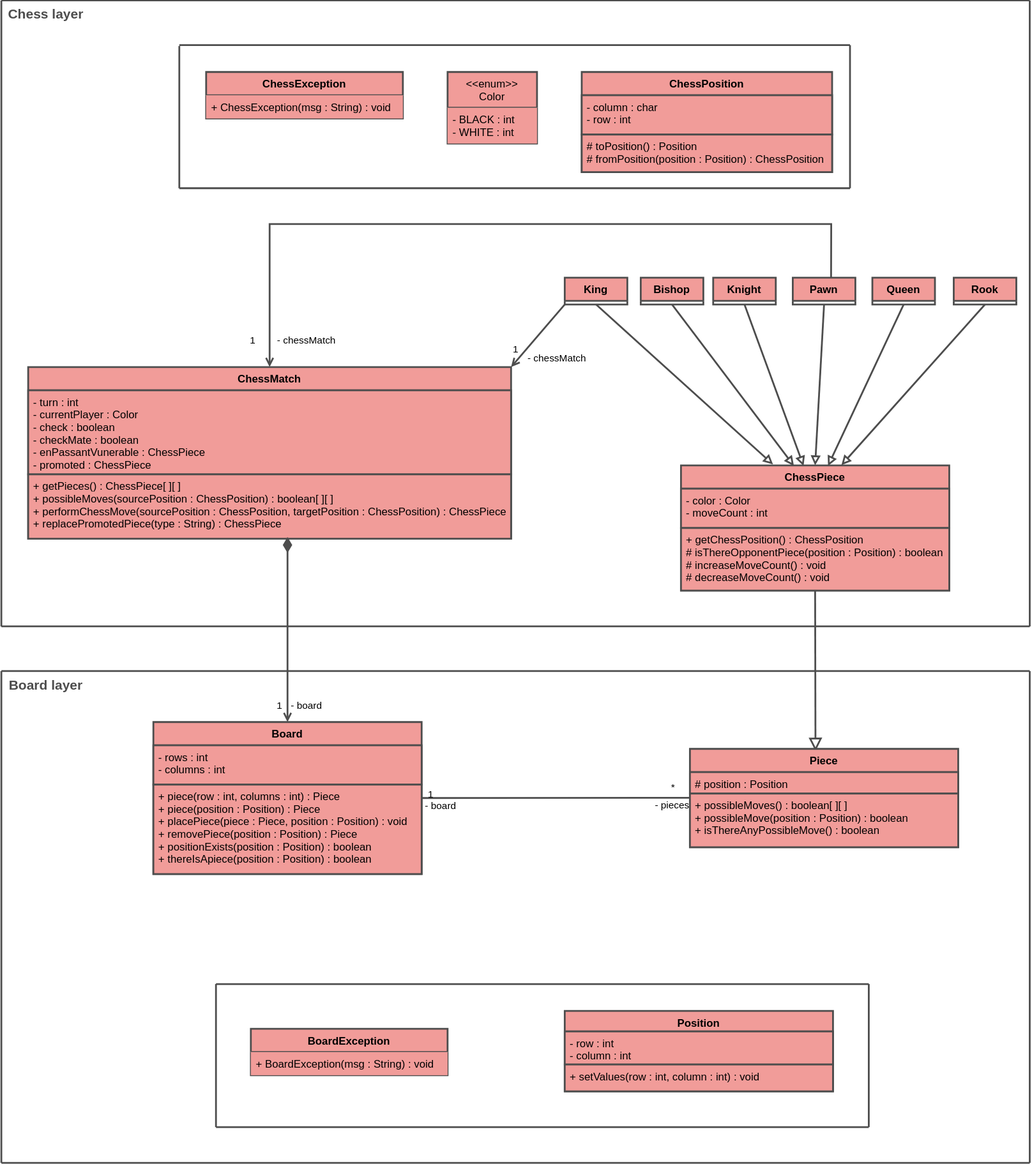
This is assets/diagram.drawio.svg from AleehSophia/chess-game, a draw.io export, as it was before one commit. Source tidied: cells renumbered, new cells last; positions are measured from the earlier drawing's top-left corner, leaving out a move shared by most shapes.
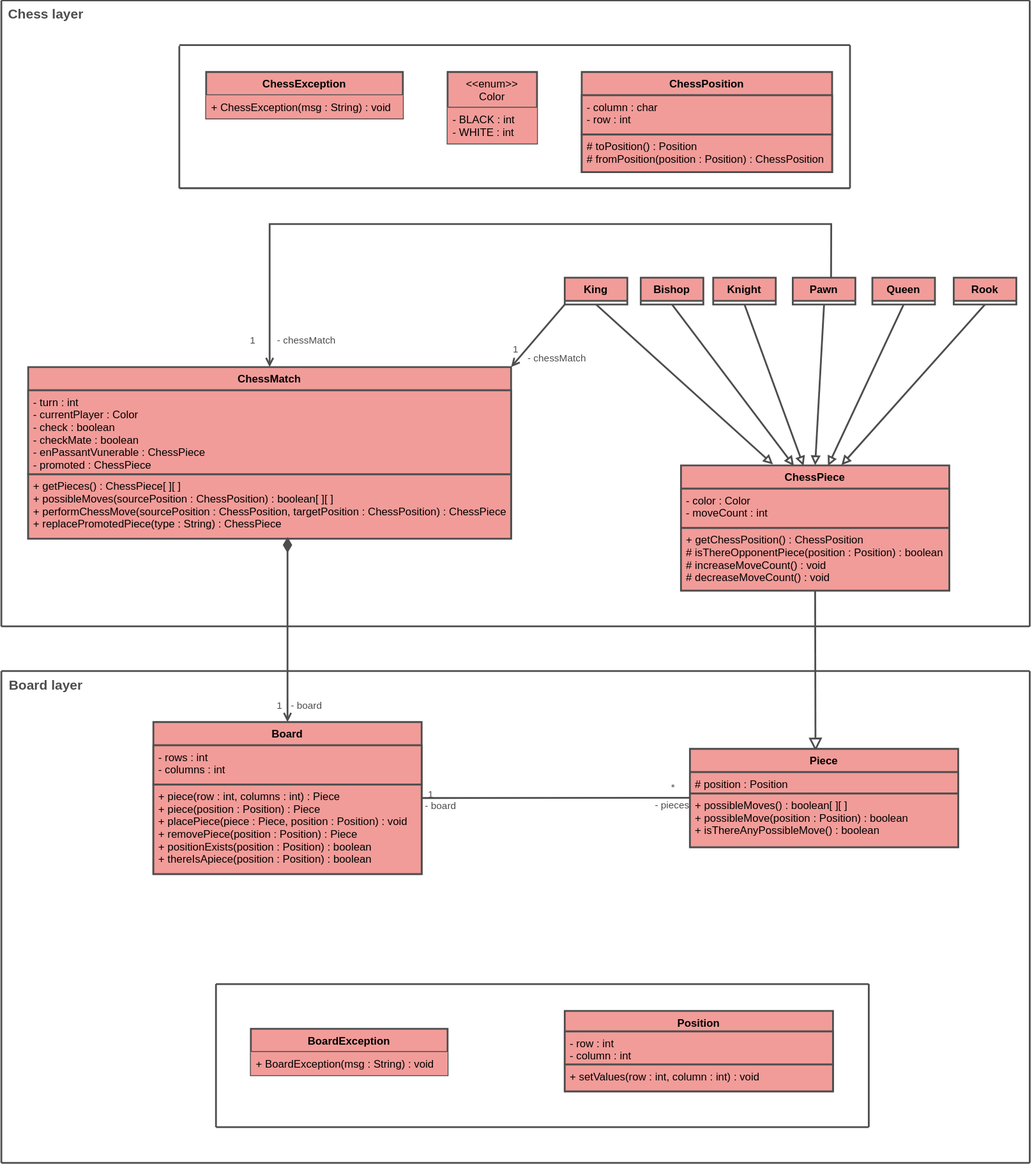
The same file after the commit.

Commit message:
:boom:fix: changing associations diagram color

What changed in the source:
```diff
@@ -71,12 +71,12 @@
     <mxCell id="20" style="edgeStyle=none;rounded=0;jettySize=auto;html=1;exitX=0;exitY=1;exitDx=0;exitDy=0;entryX=1;entryY=0;entryDx=0;entryDy=0;fontColor=#000000;startArrow=none;startFill=0;endArrow=open;endFill=0;sourcePerimeterSpacing=8;targetPerimeterSpacing=8;strokeColor=#4D4D4D;strokeWidth=2;" parent="1" edge="1" source="24" target="4">
       <mxGeometry relative="1" as="geometry" />
     </mxCell>
-    <mxCell id="21" value="1" style="edgeLabel;html=1;align=center;verticalAlign=middle;fontColor=#000000;labelBackgroundColor=none;" parent="20" vertex="1">
+    <mxCell id="21" value="1" style="edgeLabel;html=1;align=center;verticalAlign=middle;fontColor=#4D4D4D;labelBackgroundColor=none;" parent="20" vertex="1">
       <mxGeometry x="0.36" y="2" relative="1" as="geometry">
         <mxPoint x="-16" y="1" as="offset" />
       </mxGeometry>
     </mxCell>
-    <mxCell id="22" value="- chessMatch" style="edgeLabel;html=1;align=center;verticalAlign=middle;fontColor=#000000;labelBackgroundColor=none;" parent="20" vertex="1">
+    <mxCell id="22" value="- chessMatch" style="edgeLabel;html=1;align=center;verticalAlign=middle;fontColor=#4D4D4D;labelBackgroundColor=none;" parent="20" vertex="1">
       <mxGeometry x="0.33" y="-2" relative="1" as="geometry">
         <mxPoint x="32" y="14" as="offset" />
       </mxGeometry>
@@ -109,12 +109,12 @@
         </Array>
       </mxGeometry>
     </mxCell>
-    <mxCell id="30" value="1" style="edgeLabel;html=1;align=center;verticalAlign=middle;fontColor=#000000;labelBackgroundColor=none;" parent="29" vertex="1">
+    <mxCell id="30" value="1" style="edgeLabel;html=1;align=center;verticalAlign=middle;fontColor=#4D4D4D;labelBackgroundColor=none;" parent="29" vertex="1">
       <mxGeometry x="0.93" relative="1" as="geometry">
         <mxPoint x="-20" as="offset" />
       </mxGeometry>
     </mxCell>
-    <mxCell id="31" value="- chessMatch" style="edgeLabel;html=1;align=center;verticalAlign=middle;fontColor=#000000;labelBackgroundColor=none;" parent="29" vertex="1">
+    <mxCell id="31" value="- chessMatch" style="edgeLabel;html=1;align=center;verticalAlign=middle;fontColor=#4D4D4D;labelBackgroundColor=none;" parent="29" vertex="1">
       <mxGeometry x="0.94" y="3" relative="1" as="geometry">
         <mxPoint x="37" y="-3" as="offset" />
       </mxGeometry>
@@ -169,12 +169,12 @@
         <mxPoint x="320" y="600" as="targetPoint" />
       </mxGeometry>
     </mxCell>
-    <mxCell id="44" value="1" style="edgeLabel;html=1;align=center;verticalAlign=middle;fontColor=#000000;labelBackgroundColor=none;" parent="43" vertex="1">
+    <mxCell id="44" value="1" style="edgeLabel;html=1;align=center;verticalAlign=middle;fontColor=#4D4D4D;labelBackgroundColor=none;" parent="43" vertex="1">
       <mxGeometry x="-0.82" relative="1" as="geometry">
         <mxPoint x="-10" as="offset" />
       </mxGeometry>
     </mxCell>
-    <mxCell id="45" value="- board" style="edgeLabel;html=1;align=center;verticalAlign=middle;fontColor=#000000;labelBackgroundColor=none;spacing=0;" parent="43" vertex="1">
+    <mxCell id="45" value="- board" style="edgeLabel;html=1;align=center;verticalAlign=middle;fontColor=#4D4D4D;labelBackgroundColor=none;spacing=0;" parent="43" vertex="1">
       <mxGeometry x="-0.82" y="-1" relative="1" as="geometry">
         <mxPoint x="19" as="offset" />
       </mxGeometry>
@@ -182,22 +182,22 @@
     <mxCell id="46" style="edgeStyle=none;rounded=0;jettySize=auto;html=1;exitX=1;exitY=0.5;exitDx=0;exitDy=0;entryX=0.008;entryY=0.078;entryDx=0;entryDy=0;entryPerimeter=0;fontColor=#000000;startArrow=none;startFill=0;endArrow=none;endFill=0;endSize=10;sourcePerimeterSpacing=8;targetPerimeterSpacing=8;strokeColor=#4D4D4D;strokeWidth=2;" parent="1" edge="1" source="51" target="56">
       <mxGeometry relative="1" as="geometry" />
     </mxCell>
-    <mxCell id="47" value="1" style="edgeLabel;html=1;align=center;verticalAlign=middle;fontColor=#000000;labelBackgroundColor=none;" parent="46" vertex="1">
+    <mxCell id="47" value="1" style="edgeLabel;html=1;align=center;verticalAlign=middle;fontColor=#4D4D4D;labelBackgroundColor=none;" parent="46" vertex="1">
       <mxGeometry x="-0.85" relative="1" as="geometry">
         <mxPoint x="-13" y="-5" as="offset" />
       </mxGeometry>
     </mxCell>
-    <mxCell id="48" value="- board" style="edgeLabel;html=1;align=center;verticalAlign=middle;fontColor=#000000;labelBackgroundColor=none;" parent="46" vertex="1">
+    <mxCell id="48" value="- board" style="edgeLabel;html=1;align=center;verticalAlign=middle;fontColor=#4D4D4D;labelBackgroundColor=none;" parent="46" vertex="1">
       <mxGeometry x="-0.8" y="-2" relative="1" as="geometry">
         <mxPoint x="-11" y="6" as="offset" />
       </mxGeometry>
     </mxCell>
-    <mxCell id="49" value="*" style="edgeLabel;html=1;align=center;verticalAlign=middle;fontColor=#000000;labelBackgroundColor=none;" parent="46" vertex="1">
+    <mxCell id="49" value="*" style="edgeLabel;html=1;align=center;verticalAlign=middle;fontColor=#4D4D4D;labelBackgroundColor=none;" parent="46" vertex="1">
       <mxGeometry x="0.83" y="1" relative="1" as="geometry">
         <mxPoint x="4" y="-11" as="offset" />
       </mxGeometry>
     </mxCell>
-    <mxCell id="50" value="- pieces" style="edgeLabel;html=1;align=center;verticalAlign=middle;fontColor=#000000;labelBackgroundColor=none;" parent="46" vertex="1">
+    <mxCell id="50" value="- pieces" style="edgeLabel;html=1;align=center;verticalAlign=middle;fontColor=#4D4D4D;labelBackgroundColor=none;" parent="46" vertex="1">
       <mxGeometry x="0.86" y="-3" relative="1" as="geometry">
         <mxPoint x="-2" y="5" as="offset" />
       </mxGeometry>
```
